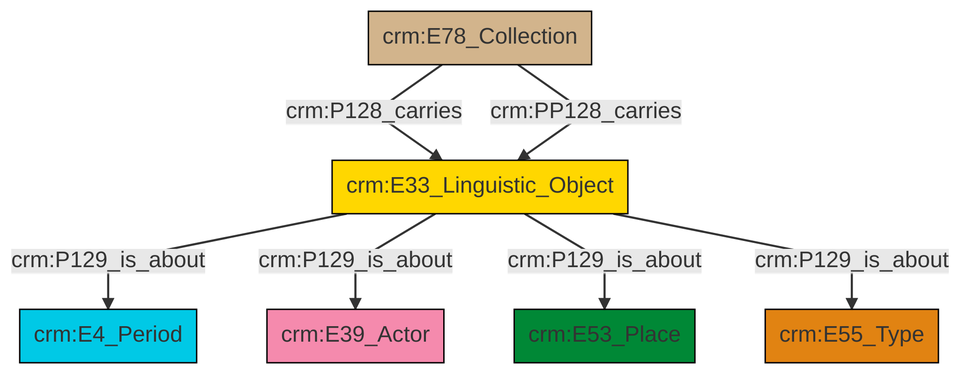
Earlier version of the Mermaid export et/archivalCSV/ttl/mmd/png/archival_aboutness.png (swiss-art-research-net/docs.swissartresearch). Its source is kept beside it as et/archivalCSV/ttl/mmd/archival_aboutness.ttl.mmd.
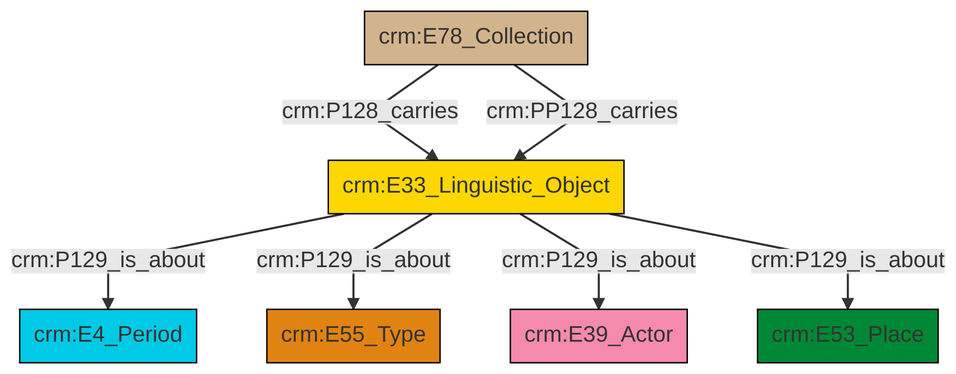
The same file after the commit.

Diff of the diagram source:
```diff
@@ -13,9 +13,9 @@
 classDef PC_Classes fill:#4ce600, stroke:#000000;
 classDef Multi fill:#cccccc,stroke:#000000;
 
-0["crm:E78_Collection"]:::Physical_Thing -->|crm:P128_carries| 1["crm:E33_Linguistic_Object"]:::Conceptual_Object
-1["crm:E33_Linguistic_Object"]:::Conceptual_Object -->|crm:P129_is_about| 2["crm:E4_Period"]:::Temporal_Entity
-1["crm:E33_Linguistic_Object"]:::Conceptual_Object -->|crm:P129_is_about| 5["crm:E39_Actor"]:::Actor
-1["crm:E33_Linguistic_Object"]:::Conceptual_Object -->|crm:P129_is_about| 7["crm:E53_Place"]:::Place
-1["crm:E33_Linguistic_Object"]:::Conceptual_Object -->|crm:P129_is_about| 8["crm:E55_Type"]:::Type
-0["crm:E78_Collection"]:::Physical_Thing -->|crm:PP128_carries| 1["crm:E33_Linguistic_Object"]:::Conceptual_Object
+0["crm:E33_Linguistic_Object"]:::Conceptual_Object -->|crm:P129_is_about| 1["crm:E4_Period"]:::Temporal_Entity
+0["crm:E33_Linguistic_Object"]:::Conceptual_Object -->|crm:P129_is_about| 4["crm:E55_Type"]:::Type
+5["crm:E78_Collection"]:::Physical_Thing -->|crm:P128_carries| 0["crm:E33_Linguistic_Object"]:::Conceptual_Object
+5["crm:E78_Collection"]:::Physical_Thing -->|crm:PP128_carries| 0["crm:E33_Linguistic_Object"]:::Conceptual_Object
+0["crm:E33_Linguistic_Object"]:::Conceptual_Object -->|crm:P129_is_about| 7["crm:E39_Actor"]:::Actor
+0["crm:E33_Linguistic_Object"]:::Conceptual_Object -->|crm:P129_is_about| 2["crm:E53_Place"]:::Place
```
